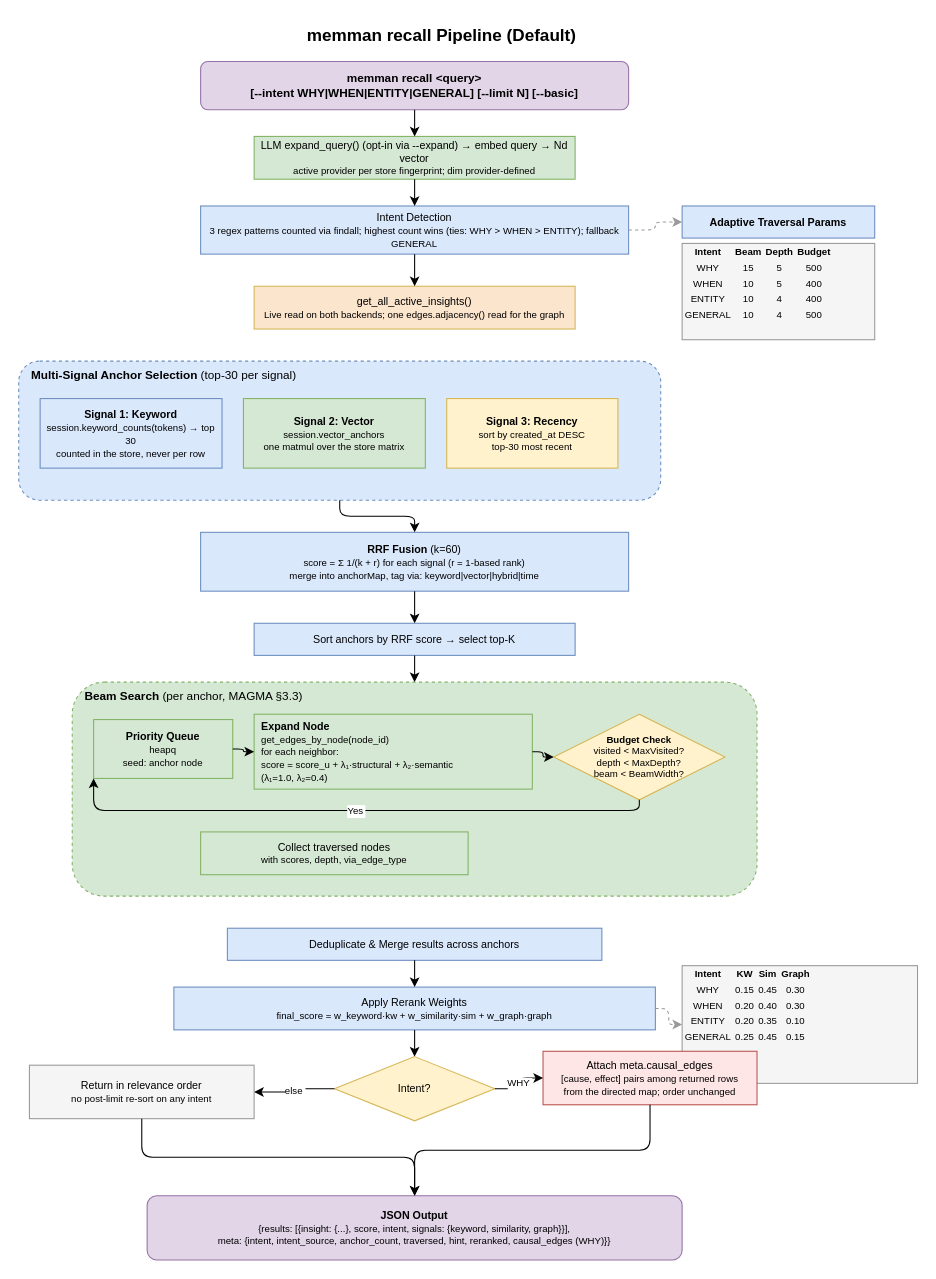
The draw.io diagram docs/diagrams/03-smart-recall-pipeline.drawio in bissli/memman, before the edit. Source tidied: cells renumbered, new cells numbered last; positions are measured from the earlier drawing's top-left corner, leaving out a move shared by most shapes. Both pictures are drawn from the tidied source at 107%, with x=0, y=0 at pixel (18, 18).
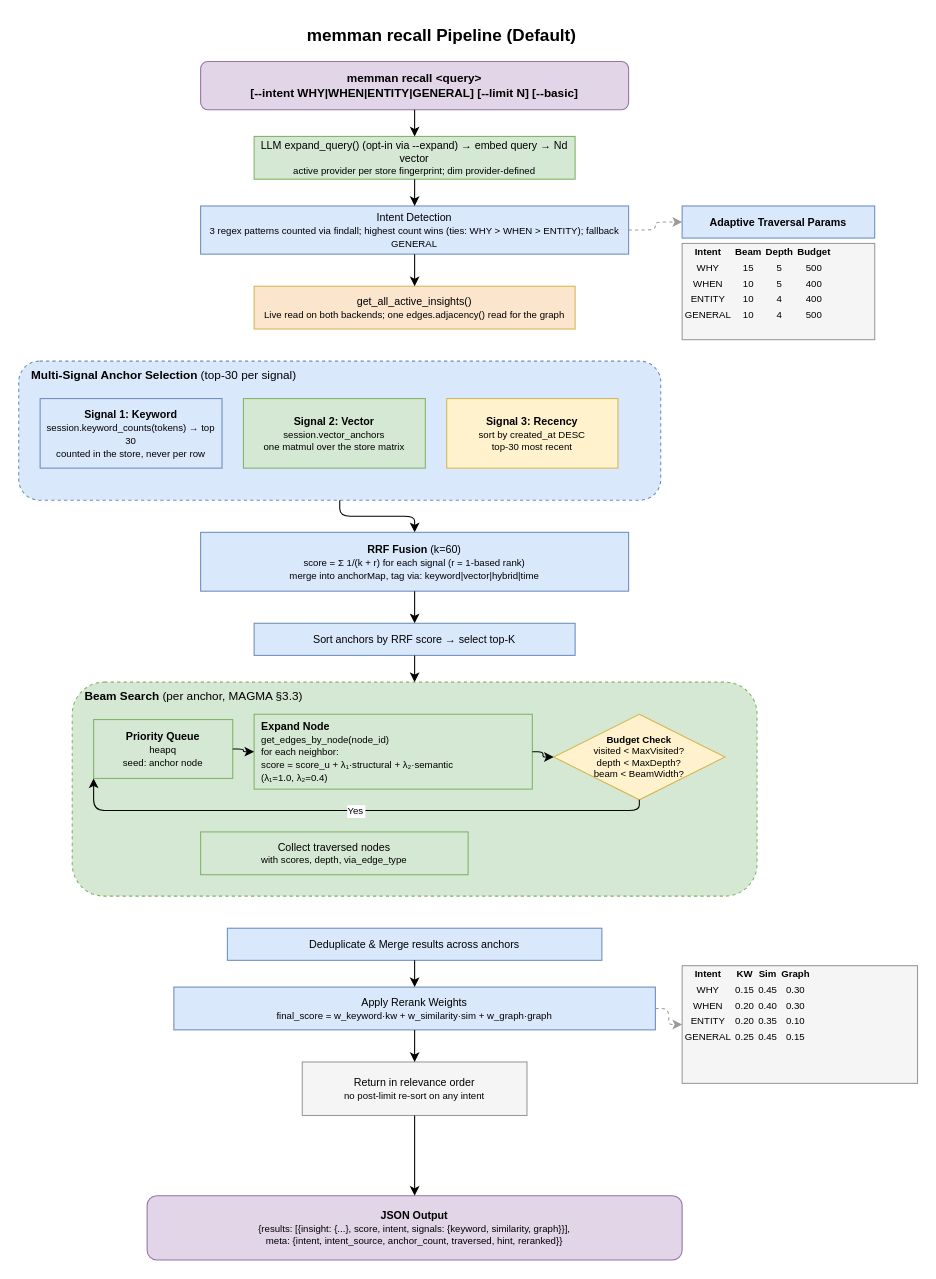
Above is the later version.

The change refers to these unchanged cells:
```xml
<mxCell id="31" value="Apply Rerank Weights&lt;br&gt;&lt;font style=&quot;font-size:9px&quot;&gt;final_score = w_keyword·kw + w_similarity·sim + w_graph·graph&lt;/font&gt;" style="rounded=0;whiteSpace=wrap;html=1;fillColor=#dae8fc;strokeColor=#6c8ebf;fontSize=10;" parent="1" vertex="1">
  <mxGeometry x="145" y="905" width="450" height="40" as="geometry" />
</mxCell>
```

The edit, as a diff of the source:
```diff
@@
-    <mxCell id="35" value="Intent?" style="rhombus;whiteSpace=wrap;html=1;fillColor=#fff2cc;strokeColor=#d6b656;fontSize=10;" parent="1" vertex="1">
-      <mxGeometry x="295" y="970" width="150" height="60" as="geometry" />
-    </mxCell>
+    <mxCell id="39" value="Return in relevance order&lt;br&gt;&lt;font style=&quot;font-size:9px&quot;&gt;no post-limit re-sort on any intent&lt;/font&gt;" style="rounded=0;whiteSpace=wrap;html=1;fillColor=#f5f5f5;strokeColor=#999999;fontSize=10;" parent="1" vertex="1">
+      <mxGeometry x="265" y="975" width="210" height="50" as="geometry" />
+    </mxCell>
+    <mxCell id="41" value="&lt;b&gt;JSON Output&lt;/b&gt;&lt;br&gt;&lt;font style=&quot;font-size:9px&quot;&gt;{results: [{insight: {...}, score, intent, signals: {keyword, similarity, graph}}],&lt;br&gt; meta: {intent, intent_source, anchor_count, traversed, hint, reranked}}&lt;/font&gt;" style="rounded=1;whiteSpace=wrap;html=1;fillColor=#e1d5e7;strokeColor=#9673a6;fontSize=10;" parent="1" vertex="1">
+      <mxGeometry x="120" y="1100" width="500" height="60" as="geometry" />
+    </mxCell>
-    <mxCell id="36" style="edgeStyle=orthogonalEdgeStyle;rounded=1;" parent="1" edge="1" source="31" target="35">
+    <mxCell id="36" style="edgeStyle=orthogonalEdgeStyle;rounded=1;" parent="1" edge="1" source="31" target="39">
       <mxGeometry relative="1" as="geometry" />
     </mxCell>
-    <mxCell id="37" value="Attach meta.causal_edges&lt;br&gt;&lt;font style=&quot;font-size:9px&quot;&gt;[cause, effect] pairs among returned rows&lt;br&gt;from the directed map; order unchanged&lt;/font&gt;" style="rounded=0;whiteSpace=wrap;html=1;fillColor=#FFE6E6;strokeColor=#b85450;fontSize=10;" parent="1" vertex="1">
-      <mxGeometry x="490" y="965" width="200" height="50" as="geometry" />
-    </mxCell>
-    <mxCell id="38" value="WHY" style="edgeStyle=orthogonalEdgeStyle;rounded=1;fontSize=9;" parent="1" edge="1" source="35" target="37">
-      <mxGeometry relative="1" as="geometry" />
-    </mxCell>
-    <mxCell id="39" value="Return in relevance order&lt;br&gt;&lt;font style=&quot;font-size:9px&quot;&gt;no post-limit re-sort on any intent&lt;/font&gt;" style="rounded=0;whiteSpace=wrap;html=1;fillColor=#f5f5f5;strokeColor=#999999;fontSize=10;" parent="1" vertex="1">
-      <mxGeometry x="10" y="978" width="210" height="50" as="geometry" />
-    </mxCell>
-    <mxCell id="40" value="else" style="edgeStyle=orthogonalEdgeStyle;rounded=1;fontSize=9;" parent="1" edge="1" source="35" target="39">
-      <mxGeometry relative="1" as="geometry" />
-    </mxCell>
-    <mxCell id="41" value="&lt;b&gt;JSON Output&lt;/b&gt;&lt;br&gt;&lt;font style=&quot;font-size:9px&quot;&gt;{results: [{insight: {...}, score, intent, signals: {keyword, similarity, graph}}],&lt;br&gt; meta: {intent, intent_source, anchor_count, traversed, hint, reranked, causal_edges (WHY)}}&lt;/font&gt;" style="rounded=1;whiteSpace=wrap;html=1;fillColor=#e1d5e7;strokeColor=#9673a6;fontSize=10;" parent="1" vertex="1">
-      <mxGeometry x="120" y="1100" width="500" height="60" as="geometry" />
-    </mxCell>
-    <mxCell id="42" style="edgeStyle=orthogonalEdgeStyle;rounded=1;" parent="1" edge="1" source="37" target="41">
-      <mxGeometry relative="1" as="geometry" />
-    </mxCell>
```
